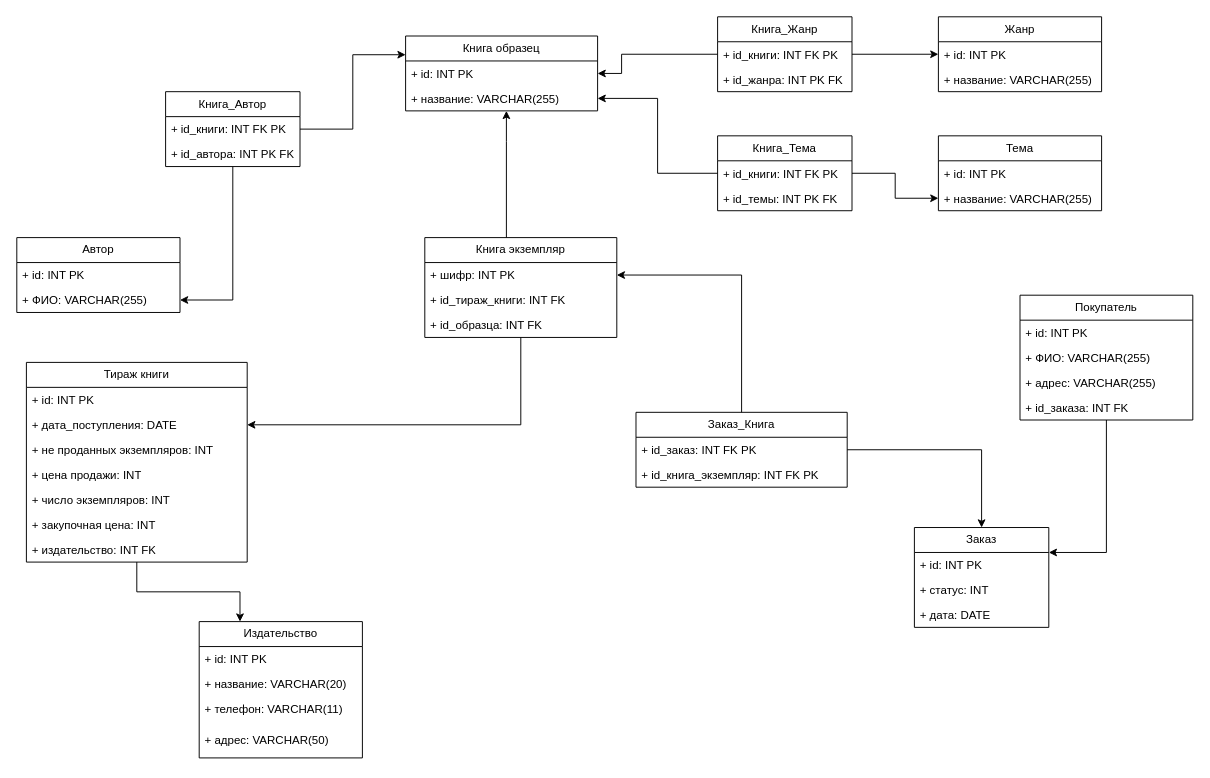
Earlier version of the draw.io diagram sources/relation_model.drawio (202rna/sql_labs2025). Source tidied: cells renumbered, new cells numbered last; positions are measured from the earlier drawing's top-left corner, leaving out a move shared by most shapes. Both pictures are drawn from the tidied source at 96%, with x=0, y=0 at pixel (16, 16).
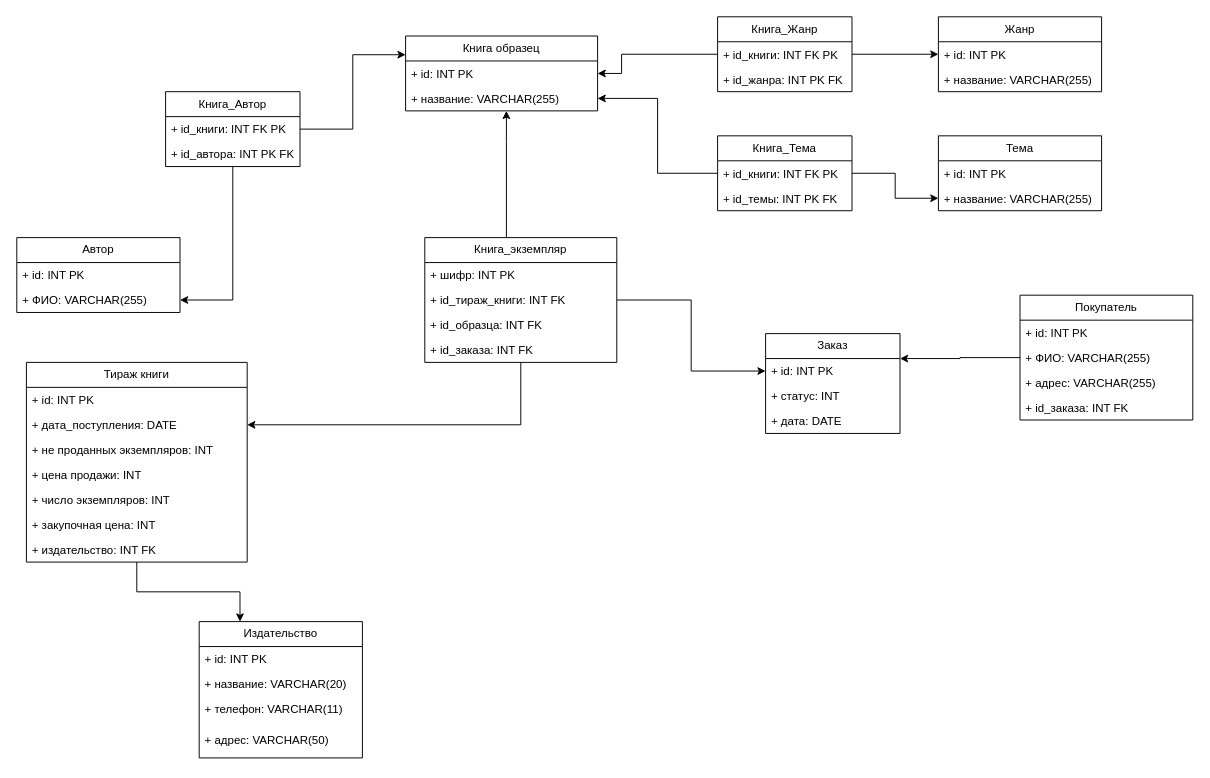
The same page after the edit.

The change refers to these unchanged cells:
```xml
<mxCell id="17" value="+ id: INT PK" style="text;strokeColor=none;fillColor=none;align=left;verticalAlign=top;spacingLeft=4;spacingRight=4;overflow=hidden;points=[[0,0.5],[1,0.5]];portConstraint=eastwest;whiteSpace=wrap;html=1;" parent="16" vertex="1">
  <mxGeometry y="26" width="140" height="26" as="geometry" />
</mxCell>
<mxCell id="61" value="+ шифр: INT PK" style="text;strokeColor=none;fillColor=none;align=left;verticalAlign=top;spacingLeft=4;spacingRight=4;overflow=hidden;points=[[0,0.5],[1,0.5]];portConstraint=eastwest;whiteSpace=wrap;html=1;" parent="60" vertex="1">
  <mxGeometry y="26" width="200" height="26" as="geometry" />
</mxCell>
```

The edit, as a diff of the source:
```diff
@@
     <mxCell id="16" value="Заказ" style="swimlane;fontStyle=0;horizontal=1;startSize=26;fillColor=none;whiteSpace=wrap;html=1;" parent="1" vertex="1">
-      <mxGeometry x="935" y="532" width="140" height="104" as="geometry" />
+      <mxGeometry x="780" y="330" width="140" height="104" as="geometry" />
     </mxCell>
@@
-    <mxCell id="20" style="edgeStyle=orthogonalEdgeStyle;rounded=0;jettySize=auto;html=1;entryX=1;entryY=0.5;entryDx=0;entryDy=0;" parent="1" edge="1" source="21" target="61">
-      <mxGeometry relative="1" as="geometry" />
-    </mxCell>
-    <mxCell id="21" value="Заказ_Книга" style="swimlane;fontStyle=0;horizontal=1;startSize=26;fillColor=none;whiteSpace=wrap;html=1;" parent="1" vertex="1">
-      <mxGeometry x="645" y="412" width="220" height="78" as="geometry" />
-    </mxCell>
-    <mxCell id="22" value="+ id_заказ: INT FK PK" style="text;strokeColor=none;fillColor=none;align=left;verticalAlign=top;spacingLeft=4;spacingRight=4;overflow=hidden;points=[[0,0.5],[1,0.5]];portConstraint=eastwest;whiteSpace=wrap;html=1;" parent="21" vertex="1">
-      <mxGeometry y="26" width="220" height="26" as="geometry" />
-    </mxCell>
-    <mxCell id="23" value="+ id_книга_экземпляр: INT FK PK" style="text;strokeColor=none;fillColor=none;align=left;verticalAlign=top;spacingLeft=4;spacingRight=4;overflow=hidden;whiteSpace=wrap;html=1;" parent="21" vertex="1">
-      <mxGeometry y="52" width="220" height="26" as="geometry" />
-    </mxCell>
-    <mxCell id="24" style="edgeStyle=orthogonalEdgeStyle;rounded=0;jettySize=auto;html=1;entryX=0.5;entryY=0;entryDx=0;entryDy=0;" parent="1" edge="1" source="22" target="16">
-      <mxGeometry relative="1" as="geometry" />
-    </mxCell>
@@
+    <mxCell id="64" style="edgeStyle=orthogonalEdgeStyle;rounded=0;jettySize=auto;html=1;entryX=0;entryY=0.5;entryDx=0;entryDy=0;" parent="1" edge="1" source="60" target="17">
+      <mxGeometry relative="1" as="geometry" />
+    </mxCell>
-    <mxCell id="60" value="Книга экземпляр" style="swimlane;fontStyle=0;horizontal=1;startSize=26;fillColor=none;whiteSpace=wrap;html=1;" parent="1" vertex="1">
-      <mxGeometry x="425" y="230" width="200" height="104" as="geometry" />
+    <mxCell id="60" value="Книга_экземпляр" style="swimlane;fontStyle=0;horizontal=1;startSize=26;fillColor=none;whiteSpace=wrap;html=1;" parent="1" vertex="1">
+      <mxGeometry x="425" y="230" width="200" height="130" as="geometry" />
     </mxCell>
@@
+    <mxCell id="65" value="+ id_заказа: INT FK" style="text;strokeColor=none;fillColor=none;align=left;verticalAlign=top;spacingLeft=4;spacingRight=4;overflow=hidden;whiteSpace=wrap;html=1;" parent="60" vertex="1">
+      <mxGeometry y="104" width="200" height="26" as="geometry" />
+    </mxCell>
```
